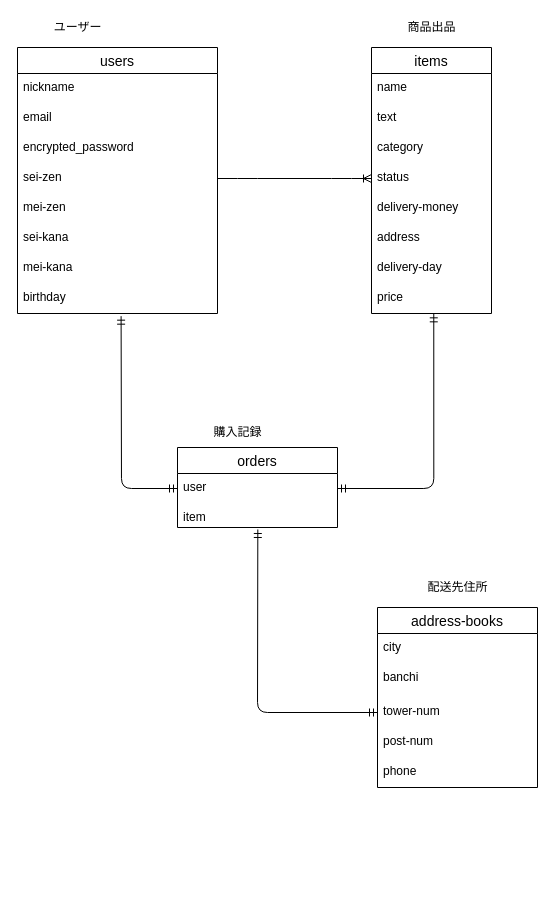
Above: ER図.dio in ak-matsu/furima-34248 (draw.io), before the change. Source tidied: cells renumbered, new cells numbered last; positions are measured from the earlier drawing's top-left corner, leaving out a move shared by most shapes. Both pictures are drawn from the tidied source at 100%, with x=0, y=0 at pixel (17, 17).
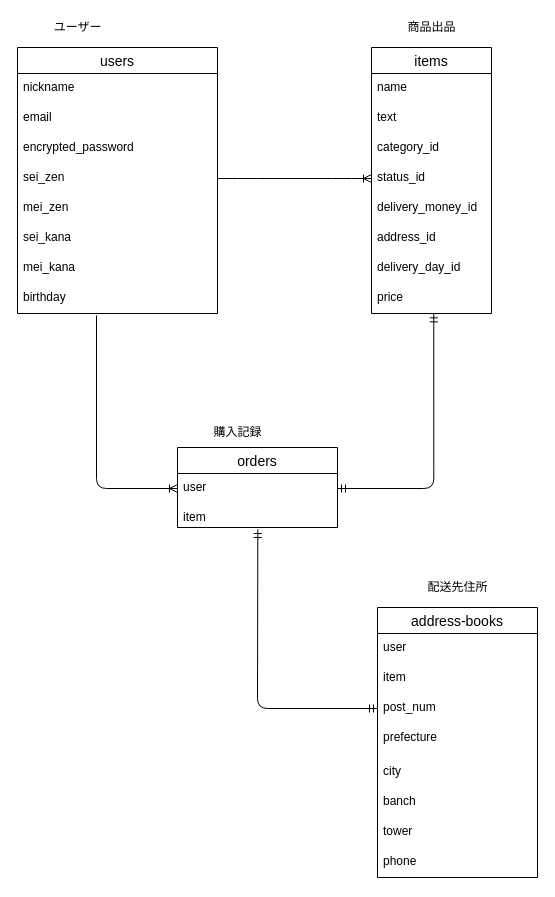
The same diagram, later.

Commit message (it also covers changes not shown here):
typeと-を_へ修正

The change refers to these unchanged cells:
```xml
<mxCell id="2" value="users" style="swimlane;fontStyle=0;horizontal=1;startSize=26;align=center;fontSize=14;" parent="1" vertex="1">
  <mxGeometry y="30" width="200" height="266" as="geometry" />
</mxCell>
<mxCell id="10" value="birthday" style="text;strokeColor=none;fillColor=none;spacingLeft=4;spacingRight=4;overflow=hidden;points=[[0,0.5],[1,0.5]];portConstraint=eastwest;fontSize=12;" parent="2" vertex="1">
  <mxGeometry y="236" width="200" height="30" as="geometry" />
</mxCell>
<mxCell id="11" value="items" style="swimlane;fontStyle=0;horizontal=1;startSize=26;align=center;fontSize=14;" parent="1" vertex="1">
  <mxGeometry x="354" y="30" width="120" height="266" as="geometry" />
</mxCell>
<mxCell id="21" value="user" style="text;strokeColor=none;fillColor=none;spacingLeft=4;spacingRight=4;overflow=hidden;points=[[0,0.5],[1,0.5]];portConstraint=eastwest;fontSize=12;" parent="20" vertex="1">
  <mxGeometry y="26" width="160" height="30" as="geometry" />
</mxCell>
```

The edit, as a diff of the source:
```diff
@@
-    <mxCell id="6" value="sei-zen" style="text;strokeColor=none;fillColor=none;spacingLeft=4;spacingRight=4;overflow=hidden;points=[[0,0.5],[1,0.5]];portConstraint=eastwest;fontSize=12;" parent="2" vertex="1">
+    <mxCell id="6" value="sei_zen" style="text;strokeColor=none;fillColor=none;spacingLeft=4;spacingRight=4;overflow=hidden;points=[[0,0.5],[1,0.5]];portConstraint=eastwest;fontSize=12;" parent="2" vertex="1">
       <mxGeometry y="116" width="200" height="30" as="geometry" />
     </mxCell>
-    <mxCell id="7" value="mei-zen" style="text;strokeColor=none;fillColor=none;spacingLeft=4;spacingRight=4;overflow=hidden;fontSize=12;" parent="2" vertex="1">
+    <mxCell id="7" value="mei_zen" style="text;strokeColor=none;fillColor=none;spacingLeft=4;spacingRight=4;overflow=hidden;fontSize=12;" parent="2" vertex="1">
       <mxGeometry y="146" width="200" height="30" as="geometry" />
     </mxCell>
-    <mxCell id="8" value="sei-kana" style="text;strokeColor=none;fillColor=none;spacingLeft=4;spacingRight=4;overflow=hidden;fontSize=12;" parent="2" vertex="1">
+    <mxCell id="8" value="sei_kana" style="text;strokeColor=none;fillColor=none;spacingLeft=4;spacingRight=4;overflow=hidden;fontSize=12;" parent="2" vertex="1">
       <mxGeometry y="176" width="200" height="30" as="geometry" />
     </mxCell>
-    <mxCell id="9" value="mei-kana" style="text;strokeColor=none;fillColor=none;spacingLeft=4;spacingRight=4;overflow=hidden;fontSize=12;" parent="2" vertex="1">
+    <mxCell id="9" value="mei_kana" style="text;strokeColor=none;fillColor=none;spacingLeft=4;spacingRight=4;overflow=hidden;fontSize=12;" parent="2" vertex="1">
       <mxGeometry y="206" width="200" height="30" as="geometry" />
     </mxCell>
@@
-    <mxCell id="14" value="category" style="text;strokeColor=none;fillColor=none;spacingLeft=4;spacingRight=4;overflow=hidden;fontSize=12;" parent="11" vertex="1">
+    <mxCell id="14" value="category_id" style="text;strokeColor=none;fillColor=none;spacingLeft=4;spacingRight=4;overflow=hidden;fontSize=12;" parent="11" vertex="1">
       <mxGeometry y="86" width="120" height="30" as="geometry" />
     </mxCell>
-    <mxCell id="15" value="status" style="text;strokeColor=none;fillColor=none;spacingLeft=4;spacingRight=4;overflow=hidden;points=[[0,0.5],[1,0.5]];portConstraint=eastwest;fontSize=12;" parent="11" vertex="1">
+    <mxCell id="15" value="status_id" style="text;strokeColor=none;fillColor=none;spacingLeft=4;spacingRight=4;overflow=hidden;points=[[0,0.5],[1,0.5]];portConstraint=eastwest;fontSize=12;" parent="11" vertex="1">
       <mxGeometry y="116" width="120" height="30" as="geometry" />
     </mxCell>
-    <mxCell id="16" value="delivery-money" style="text;strokeColor=none;fillColor=none;spacingLeft=4;spacingRight=4;overflow=hidden;fontSize=12;" parent="11" vertex="1">
+    <mxCell id="16" value="delivery_money_id" style="text;strokeColor=none;fillColor=none;spacingLeft=4;spacingRight=4;overflow=hidden;fontSize=12;" parent="11" vertex="1">
       <mxGeometry y="146" width="120" height="30" as="geometry" />
     </mxCell>
-    <mxCell id="17" value="address" style="text;strokeColor=none;fillColor=none;spacingLeft=4;spacingRight=4;overflow=hidden;fontSize=12;" parent="11" vertex="1">
+    <mxCell id="17" value="address_id" style="text;strokeColor=none;fillColor=none;spacingLeft=4;spacingRight=4;overflow=hidden;fontSize=12;" parent="11" vertex="1">
       <mxGeometry y="176" width="120" height="30" as="geometry" />
     </mxCell>
-    <mxCell id="18" value="delivery-day" style="text;strokeColor=none;fillColor=none;spacingLeft=4;spacingRight=4;overflow=hidden;fontSize=12;" parent="11" vertex="1">
+    <mxCell id="18" value="delivery_day_id" style="text;strokeColor=none;fillColor=none;spacingLeft=4;spacingRight=4;overflow=hidden;fontSize=12;" parent="11" vertex="1">
       <mxGeometry y="206" width="120" height="30" as="geometry" />
     </mxCell>
@@
     <mxCell id="27" value="address-books" style="swimlane;fontStyle=0;horizontal=1;startSize=26;align=center;fontSize=14;" parent="1" vertex="1">
-      <mxGeometry x="360" y="590" width="160" height="180" as="geometry" />
+      <mxGeometry x="360" y="590" width="160" height="270" as="geometry" />
     </mxCell>
-    <mxCell id="28" value="city" style="text;strokeColor=none;fillColor=none;spacingLeft=4;spacingRight=4;overflow=hidden;fontSize=12;" parent="27" vertex="1">
+    <mxCell id="28" value="user" style="text;strokeColor=none;fillColor=none;spacingLeft=4;spacingRight=4;overflow=hidden;fontSize=12;" parent="27" vertex="1">
       <mxGeometry y="26" width="160" height="30" as="geometry" />
     </mxCell>
+    <mxCell id="31" value="item" style="text;strokeColor=none;fillColor=none;spacingLeft=4;spacingRight=4;overflow=hidden;fontSize=12;" parent="27" vertex="1">
+      <mxGeometry y="56" width="160" height="30" as="geometry" />
+    </mxCell>
+    <mxCell id="30" value="post_num" style="text;strokeColor=none;fillColor=none;spacingLeft=4;spacingRight=4;overflow=hidden;points=[[0,0.5],[1,0.5]];portConstraint=eastwest;fontSize=12;" parent="27" vertex="1">
+      <mxGeometry y="86" width="160" height="30" as="geometry" />
+    </mxCell>
-    <mxCell id="29" value="banchi" style="text;strokeColor=none;fillColor=none;spacingLeft=4;spacingRight=4;overflow=hidden;fontSize=12;" parent="27" vertex="1">
-      <mxGeometry y="56" width="160" height="34" as="geometry" />
+    <mxCell id="29" value="prefecture" style="text;strokeColor=none;fillColor=none;spacingLeft=4;spacingRight=4;overflow=hidden;fontSize=12;" parent="27" vertex="1">
+      <mxGeometry y="116" width="160" height="34" as="geometry" />
     </mxCell>
-    <mxCell id="30" value="tower-num" style="text;strokeColor=none;fillColor=none;spacingLeft=4;spacingRight=4;overflow=hidden;points=[[0,0.5],[1,0.5]];portConstraint=eastwest;fontSize=12;" parent="27" vertex="1">
-      <mxGeometry y="90" width="160" height="30" as="geometry" />
-    </mxCell>
-    <mxCell id="31" value="post-num" style="text;strokeColor=none;fillColor=none;spacingLeft=4;spacingRight=4;overflow=hidden;fontSize=12;" parent="27" vertex="1">
-      <mxGeometry y="120" width="160" height="30" as="geometry" />
-    </mxCell>
-    <mxCell id="32" value="phone" style="text;strokeColor=none;fillColor=none;spacingLeft=4;spacingRight=4;overflow=hidden;fontSize=12;" parent="27" vertex="1">
+    <mxCell id="32" value="city" style="text;strokeColor=none;fillColor=none;spacingLeft=4;spacingRight=4;overflow=hidden;fontSize=12;" parent="27" vertex="1">
       <mxGeometry y="150" width="160" height="30" as="geometry" />
     </mxCell>
+    <mxCell id="37" value="banch" style="text;strokeColor=none;fillColor=none;spacingLeft=4;spacingRight=4;overflow=hidden;fontSize=12;" parent="27" vertex="1">
+      <mxGeometry y="180" width="160" height="30" as="geometry" />
+    </mxCell>
+    <mxCell id="38" value="tower" style="text;strokeColor=none;fillColor=none;spacingLeft=4;spacingRight=4;overflow=hidden;fontSize=12;" parent="27" vertex="1">
+      <mxGeometry y="210" width="160" height="30" as="geometry" />
+    </mxCell>
+    <mxCell id="39" value="phone" style="text;strokeColor=none;fillColor=none;spacingLeft=4;spacingRight=4;overflow=hidden;fontSize=12;" parent="27" vertex="1">
+      <mxGeometry y="240" width="160" height="30" as="geometry" />
+    </mxCell>
@@
-    <mxCell id="34" style="fontSize=12;html=1;endArrow=ERmandOne;startArrow=ERmandOne;entryX=0;entryY=0.5;entryDx=0;entryDy=0;edgeStyle=elbowEdgeStyle;exitX=0.518;exitY=1.089;exitDx=0;exitDy=0;exitPerimeter=0;" parent="1" edge="1" source="10" target="21">
-      <mxGeometry relative="1" as="geometry">
-        <Array as="points">
-          <mxPoint x="104" y="390" />
-        </Array>
-      </mxGeometry>
-    </mxCell>
@@
+    <mxCell id="34" style="edgeStyle=elbowEdgeStyle;fontSize=12;html=1;endArrow=ERoneToMany;entryX=0;entryY=0.5;entryDx=0;entryDy=0;exitX=0.395;exitY=1.067;exitDx=0;exitDy=0;exitPerimeter=0;" parent="1" edge="1" source="10" target="21">
+      <mxGeometry relative="1" as="geometry">
+        <Array as="points">
+          <mxPoint x="79" y="390" />
+        </Array>
+      </mxGeometry>
+    </mxCell>
```
